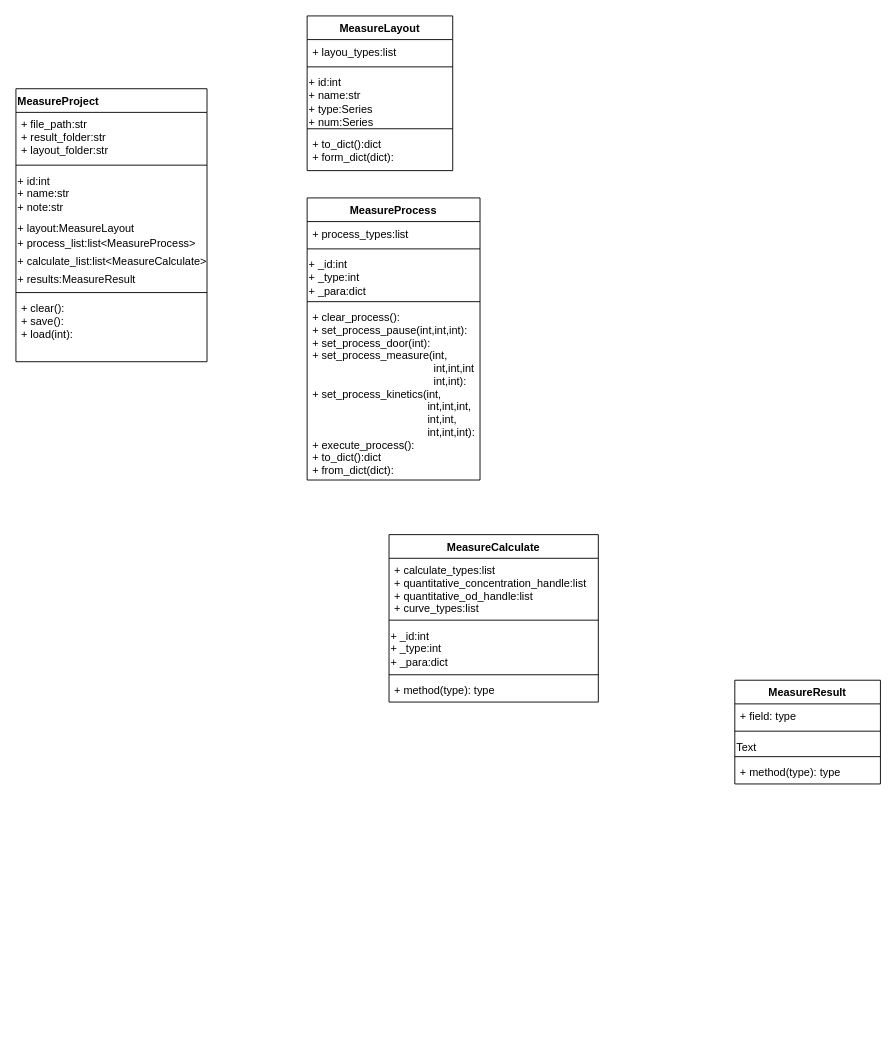
The draw.io diagram page "数据结构" (2 of 2) of microplate_reader_software/diagram.drawio in AngLoong/study_workspaces, before the edit. Source tidied: cells renumbered, new cells numbered last; positions are measured from the earlier drawing's top-left corner, leaving out a move shared by most shapes. Both pictures are drawn from the tidied source at 91%, with x=0, y=0 at pixel (15, 15).
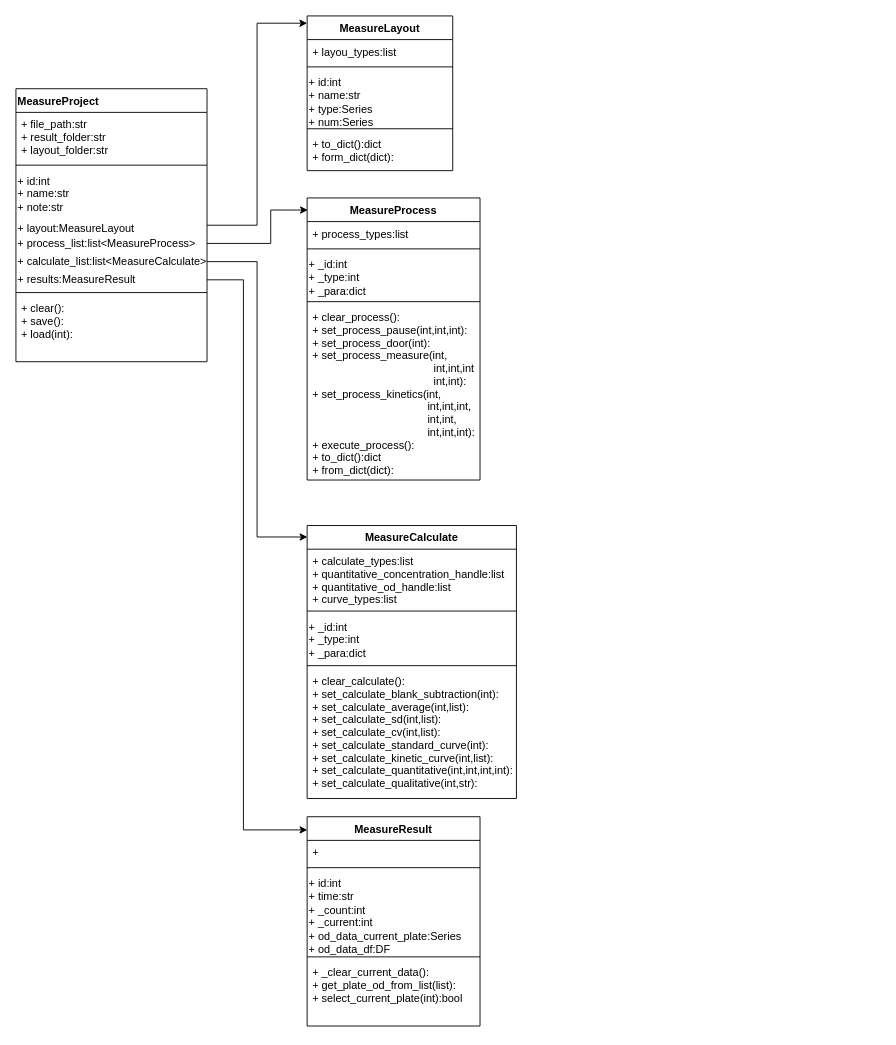
After the change.

Commit message (it also covers changes not shown here):
v1.32.1 2021/09/17 17:02 - 修改了图形文件，增加数据结构图，并完成project类的结构图

Unchanged cells that the change refers to:
```xml
<mxCell id="6" value="+ layout:MeasureLayout" style="text;html=1;strokeColor=none;fillColor=none;align=left;verticalAlign=top;whiteSpace=wrap;rounded=0;" parent="2" vertex="1">
  <mxGeometry y="140" width="210" height="20" as="geometry" />
</mxCell>
<mxCell id="7" value="+ process_list:list&amp;lt;MeasureProcess&amp;gt;" style="text;html=1;strokeColor=none;fillColor=none;align=left;verticalAlign=middle;whiteSpace=wrap;rounded=0;" parent="2" vertex="1">
  <mxGeometry y="160" width="210" height="20" as="geometry" />
</mxCell>
<mxCell id="8" value="+ calculate_list:list&amp;lt;MeasureCalculate&amp;gt;" style="text;html=1;strokeColor=none;fillColor=none;align=left;verticalAlign=middle;whiteSpace=wrap;rounded=0;" parent="2" vertex="1">
  <mxGeometry y="180" width="210" height="20" as="geometry" />
</mxCell>
<mxCell id="9" value="+ results:MeasureResult" style="text;html=1;strokeColor=none;fillColor=none;align=left;verticalAlign=middle;whiteSpace=wrap;rounded=0;" parent="2" vertex="1">
  <mxGeometry y="200" width="210" height="20" as="geometry" />
</mxCell>
<mxCell id="12" value="MeasureLayout" style="swimlane;fontStyle=1;align=center;verticalAlign=top;horizontal=1;startSize=26;" parent="1" vertex="1">
  <mxGeometry x="320" width="160" height="170" as="geometry" />
</mxCell>
<mxCell id="18" value="MeasureProcess" style="swimlane;fontStyle=1;align=center;verticalAlign=top;horizontal=1;startSize=26;" parent="1" vertex="1">
  <mxGeometry x="320" y="200" width="190" height="310" as="geometry" />
</mxCell>
```

The edit, as a diff of the source:
```diff
@@
     <mxCell id="24" value="MeasureCalculate" style="swimlane;fontStyle=1;align=center;verticalAlign=top;horizontal=1;startSize=26;" parent="1" vertex="1">
-      <mxGeometry x="410" y="570" width="230" height="184" as="geometry" />
+      <mxGeometry x="320" y="560" width="230" height="300" as="geometry" />
     </mxCell>
@@
-    <mxCell id="29" value="+ method(type): type" style="text;strokeColor=none;fillColor=none;align=left;verticalAlign=top;spacingLeft=4;spacingRight=4;overflow=hidden;" parent="24" vertex="1">
-      <mxGeometry y="158" width="230" height="26" as="geometry" />
+    <mxCell id="29" value="+ clear_calculate():&#10;+ set_calculate_blank_subtraction(int):&#10;+ set_calculate_average(int,list):&#10;+ set_calculate_sd(int,list):&#10;+ set_calculate_cv(int,list):&#10;+ set_calculate_standard_curve(int):&#10;+ set_calculate_kinetic_curve(int,list):&#10;+ set_calculate_quantitative(int,int,int,int):&#10;+ set_calculate_qualitative(int,str):" style="text;strokeColor=none;fillColor=none;align=left;verticalAlign=top;spacingLeft=4;spacingRight=4;overflow=hidden;" parent="24" vertex="1">
+      <mxGeometry y="158" width="230" height="142" as="geometry" />
     </mxCell>
     <mxCell id="30" value="MeasureResult" style="swimlane;fontStyle=1;align=center;verticalAlign=top;horizontal=1;startSize=26;" parent="1" vertex="1">
-      <mxGeometry x="790" y="730" width="160" height="114" as="geometry" />
+      <mxGeometry x="320" y="880" width="190" height="230" as="geometry" />
     </mxCell>
-    <mxCell id="31" value="+ field: type" style="text;strokeColor=none;fillColor=none;align=left;verticalAlign=top;spacingLeft=4;spacingRight=4;overflow=hidden;" parent="30" vertex="1">
-      <mxGeometry y="26" width="160" height="26" as="geometry" />
+    <mxCell id="31" value="+ " style="text;strokeColor=none;fillColor=none;align=left;verticalAlign=top;spacingLeft=4;spacingRight=4;overflow=hidden;" parent="30" vertex="1">
+      <mxGeometry y="26" width="190" height="26" as="geometry" />
     </mxCell>
     <mxCell id="32" style="line;strokeWidth=1;fillColor=none;align=left;verticalAlign=middle;spacingTop=-1;spacingLeft=3;spacingRight=3;labelPosition=right;" parent="30" vertex="1">
-      <mxGeometry y="52" width="160" height="8" as="geometry" />
+      <mxGeometry y="52" width="190" height="8" as="geometry" />
     </mxCell>
-    <mxCell id="33" value="Text" style="text;html=1;strokeColor=none;fillColor=none;align=left;verticalAlign=top;whiteSpace=wrap;rounded=0;" parent="30" vertex="1">
-      <mxGeometry y="60" width="160" height="20" as="geometry" />
+    <mxCell id="33" value="+ id:int&lt;br&gt;+ time:str&lt;br&gt;+ _count:int&lt;br&gt;+ _current:int&lt;br&gt;+ od_data_current_plate:Series&lt;br&gt;+ od_data_df:DF" style="text;html=1;strokeColor=none;fillColor=none;align=left;verticalAlign=top;whiteSpace=wrap;rounded=0;" parent="30" vertex="1">
+      <mxGeometry y="60" width="190" height="90" as="geometry" />
     </mxCell>
     <mxCell id="34" style="line;strokeWidth=1;fillColor=none;align=left;verticalAlign=middle;spacingTop=-1;spacingLeft=3;spacingRight=3;labelPosition=right;" parent="30" vertex="1">
-      <mxGeometry y="80" width="160" height="8" as="geometry" />
+      <mxGeometry y="150" width="190" height="8" as="geometry" />
     </mxCell>
-    <mxCell id="35" value="+ method(type): type" style="text;strokeColor=none;fillColor=none;align=left;verticalAlign=top;spacingLeft=4;spacingRight=4;overflow=hidden;" parent="30" vertex="1">
-      <mxGeometry y="88" width="160" height="26" as="geometry" />
+    <mxCell id="35" value="+ _clear_current_data():&#10;+ get_plate_od_from_list(list):&#10;+ select_current_plate(int):bool&#10;" style="text;strokeColor=none;fillColor=none;align=left;verticalAlign=top;spacingLeft=4;spacingRight=4;overflow=hidden;" parent="30" vertex="1">
+      <mxGeometry y="158" width="190" height="72" as="geometry" />
     </mxCell>
+    <mxCell id="36" style="edgeStyle=orthogonalEdgeStyle;rounded=0;jettySize=auto;html=1;entryX=0;entryY=0.047;entryDx=0;entryDy=0;entryPerimeter=0;" parent="1" edge="1" source="6" target="12">
+      <mxGeometry relative="1" as="geometry" />
+    </mxCell>
+    <mxCell id="37" style="edgeStyle=orthogonalEdgeStyle;rounded=0;jettySize=auto;html=1;exitX=1;exitY=0.5;exitDx=0;exitDy=0;entryX=0.004;entryY=0.043;entryDx=0;entryDy=0;entryPerimeter=0;" parent="1" edge="1" source="7" target="18">
+      <mxGeometry relative="1" as="geometry">
+        <Array as="points">
+          <mxPoint x="280" y="250" />
+          <mxPoint x="280" y="213" />
+        </Array>
+      </mxGeometry>
+    </mxCell>
+    <mxCell id="38" style="edgeStyle=orthogonalEdgeStyle;rounded=0;jettySize=auto;html=1;entryX=0.001;entryY=0.042;entryDx=0;entryDy=0;entryPerimeter=0;" parent="1" edge="1" source="8" target="24">
+      <mxGeometry relative="1" as="geometry" />
+    </mxCell>
+    <mxCell id="39" style="edgeStyle=orthogonalEdgeStyle;rounded=0;jettySize=auto;html=1;entryX=0.001;entryY=0.063;entryDx=0;entryDy=0;entryPerimeter=0;" parent="1" edge="1" source="9" target="30">
+      <mxGeometry relative="1" as="geometry">
+        <Array as="points">
+          <mxPoint x="250" y="290" />
+          <mxPoint x="250" y="895" />
+        </Array>
+      </mxGeometry>
+    </mxCell>
```
